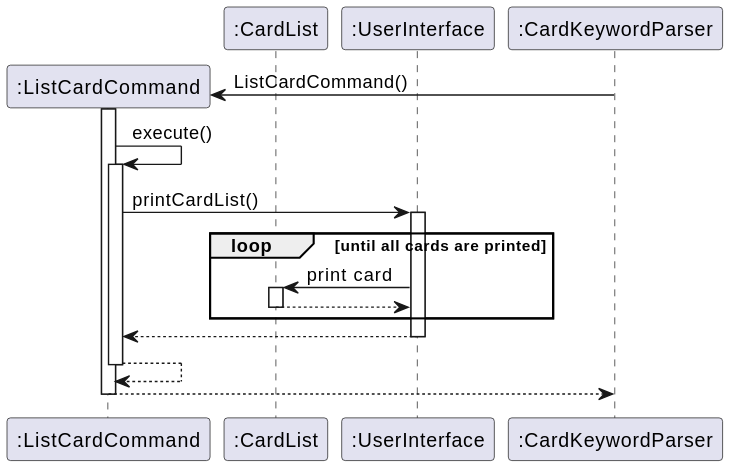
Before: docs/img/CardListSequence.svg, a diagram exported from PlantUML (nus-cs2113-AY2223S2/tp).
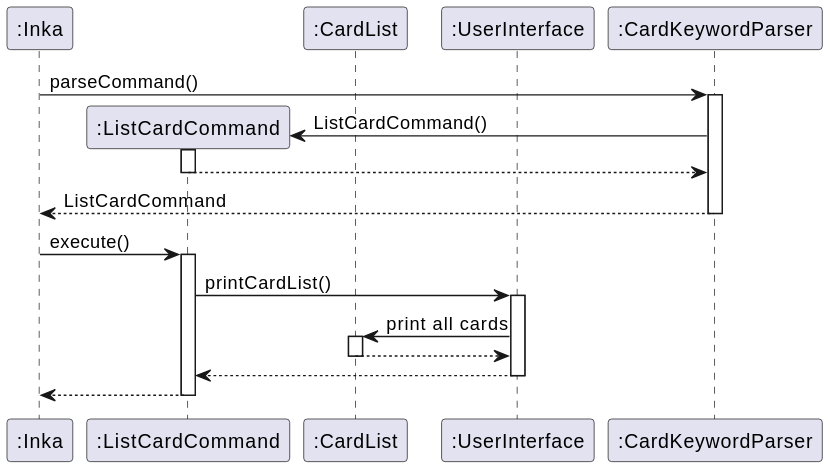
After the commit.

Commit message:
Update Card Sequence Diagrams

The edit, as a diff of the source:
```diff
@@ -1,23 +1,26 @@
 @startuml
 autoactivate on
 
+participant ":Inka" as Inka
 participant ":ListCardCommand" as ListCardCommand
 participant ":CardList" as CardList
 participant ":UserInterface" as UserInterface
 participant ":CardKeywordParser" as CardKeywordParser
 
+Inka -> CardKeywordParser : parseCommand()
 
 Create ListCardCommand
 CardKeywordParser -> ListCardCommand : ListCardCommand()
 
-ListCardCommand -> ListCardCommand : execute()
+return
+
+return ListCardCommand
+
+
+Inka -> ListCardCommand : execute()
 ListCardCommand -> UserInterface : printCardList()
 
-loop until all cards are printed
-  UserInterface -> CardList : print card
-  return
-end loop
-
+UserInterface -> CardList : print all cards
 return
 
 return
```
